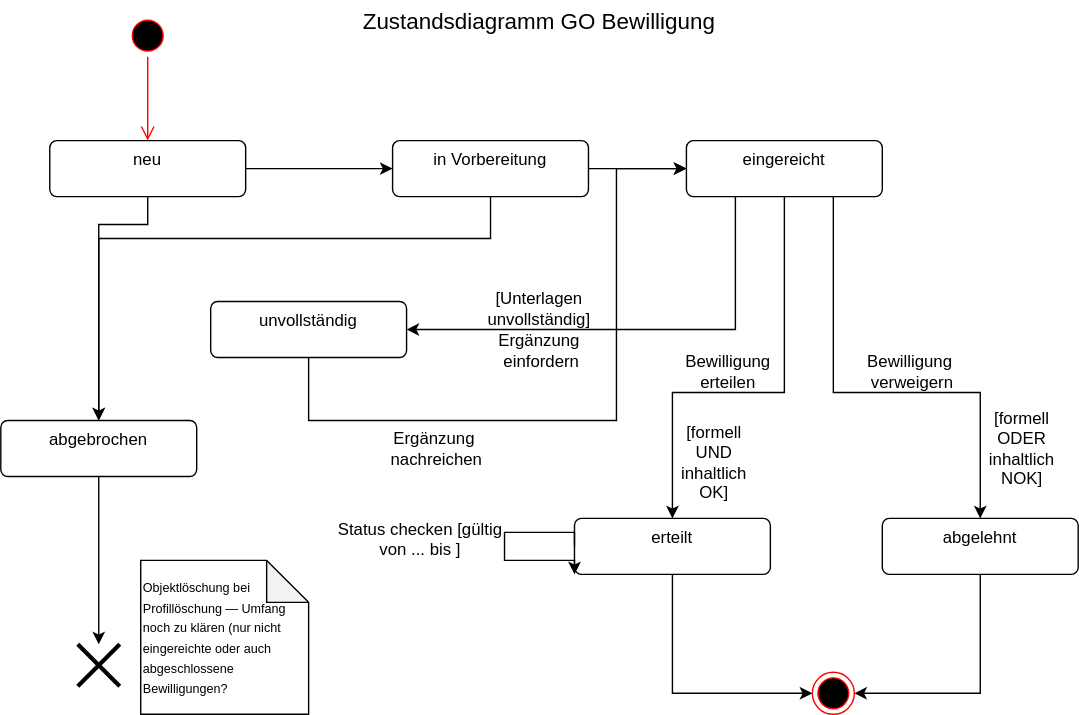
Before: assets/ZustandGOBewilligung.svg, a diagram exported from draw.io (mrwylan/bfh-cas-eam). Source tidied: cells renumbered, new cells last; positions are measured from the earlier drawing's top-left corner, leaving out a move shared by most shapes. The source it was exported from:
```xml
<mxGraphModel>
  <root>
    <mxCell id="0" />
    <mxCell id="1" parent="0" />
    <mxCell id="2" style="ellipse;html=1;shape=endState;fillColor=#000000;strokeColor=#ff0000;" parent="1" vertex="1">
      <mxGeometry x="580" y="480" width="30" height="30" as="geometry" />
    </mxCell>
    <mxCell id="3" style="ellipse;html=1;shape=startState;fillColor=#000000;strokeColor=#ff0000;" parent="1" vertex="1">
      <mxGeometry x="90" y="10" width="30" height="30" as="geometry" />
    </mxCell>
    <mxCell id="4" style="edgeStyle=orthogonalEdgeStyle;html=1;verticalAlign=bottom;endArrow=open;endSize=8;strokeColor=#ff0000;rounded=0;entryX=0.5;entryY=0;entryDx=0;entryDy=0;" parent="1" edge="1" source="3" target="7">
      <mxGeometry relative="1" as="geometry" />
    </mxCell>
    <mxCell id="5" style="edgeStyle=orthogonalEdgeStyle;rounded=0;jettySize=auto;html=1;entryX=0;entryY=0.5;entryDx=0;entryDy=0;" parent="1" edge="1" source="7" target="29">
      <mxGeometry relative="1" as="geometry" />
    </mxCell>
    <mxCell id="6" style="edgeStyle=orthogonalEdgeStyle;rounded=0;jettySize=auto;html=1;entryX=0.5;entryY=0;entryDx=0;entryDy=0;" parent="1" edge="1" source="7" target="32">
      <mxGeometry relative="1" as="geometry">
        <Array as="points">
          <mxPoint x="105" y="160" />
          <mxPoint x="70" y="160" />
        </Array>
      </mxGeometry>
    </mxCell>
    <mxCell id="7" value="neu" style="html=1;align=center;verticalAlign=top;rounded=1;absoluteArcSize=1;arcSize=10;dashed=0;whiteSpace=wrap;" parent="1" vertex="1">
      <mxGeometry x="35" y="100" width="140" height="40" as="geometry" />
    </mxCell>
    <mxCell id="8" style="edgeStyle=orthogonalEdgeStyle;rounded=0;jettySize=auto;html=1;exitX=1;exitY=0.5;exitDx=0;exitDy=0;" parent="1" edge="1" source="29" target="12">
      <mxGeometry relative="1" as="geometry" />
    </mxCell>
    <mxCell id="9" style="edgeStyle=orthogonalEdgeStyle;rounded=0;jettySize=auto;html=1;exitX=0.25;exitY=1;exitDx=0;exitDy=0;entryX=1;entryY=0.5;entryDx=0;entryDy=0;" parent="1" edge="1" source="12" target="27">
      <mxGeometry relative="1" as="geometry">
        <Array as="points">
          <mxPoint x="525" y="235" />
        </Array>
      </mxGeometry>
    </mxCell>
    <mxCell id="10" style="edgeStyle=orthogonalEdgeStyle;rounded=0;jettySize=auto;html=1;entryX=0.5;entryY=0;entryDx=0;entryDy=0;exitX=0.5;exitY=1;exitDx=0;exitDy=0;" parent="1" edge="1" source="12" target="14">
      <mxGeometry relative="1" as="geometry">
        <Array as="points">
          <mxPoint x="560" y="280" />
          <mxPoint x="480" y="280" />
        </Array>
      </mxGeometry>
    </mxCell>
    <mxCell id="11" style="edgeStyle=orthogonalEdgeStyle;rounded=0;jettySize=auto;html=1;entryX=0.5;entryY=0;entryDx=0;entryDy=0;exitX=0.75;exitY=1;exitDx=0;exitDy=0;" parent="1" edge="1" source="12" target="16">
      <mxGeometry relative="1" as="geometry">
        <Array as="points">
          <mxPoint x="595" y="280" />
          <mxPoint x="700" y="280" />
        </Array>
      </mxGeometry>
    </mxCell>
    <mxCell id="12" value="eingereicht" style="html=1;align=center;verticalAlign=top;rounded=1;absoluteArcSize=1;arcSize=10;dashed=0;whiteSpace=wrap;" parent="1" vertex="1">
      <mxGeometry x="490" y="100" width="140" height="40" as="geometry" />
    </mxCell>
    <mxCell id="13" style="edgeStyle=orthogonalEdgeStyle;rounded=0;jettySize=auto;html=1;entryX=0;entryY=0.5;entryDx=0;entryDy=0;exitX=0.5;exitY=1;exitDx=0;exitDy=0;jumpStyle=gap;" parent="1" edge="1" source="14" target="2">
      <mxGeometry relative="1" as="geometry">
        <Array as="points">
          <mxPoint x="480" y="495" />
        </Array>
      </mxGeometry>
    </mxCell>
    <mxCell id="14" value="erteilt" style="html=1;align=center;verticalAlign=top;rounded=1;absoluteArcSize=1;arcSize=10;dashed=0;whiteSpace=wrap;" parent="1" vertex="1">
      <mxGeometry x="410" y="370" width="140" height="40" as="geometry" />
    </mxCell>
    <mxCell id="15" style="edgeStyle=orthogonalEdgeStyle;rounded=0;jettySize=auto;html=1;entryX=1;entryY=0.5;entryDx=0;entryDy=0;exitX=0.5;exitY=1;exitDx=0;exitDy=0;" parent="1" edge="1" source="16" target="2">
      <mxGeometry relative="1" as="geometry">
        <Array as="points">
          <mxPoint x="700" y="495" />
        </Array>
      </mxGeometry>
    </mxCell>
    <mxCell id="16" value="abgelehnt" style="html=1;align=center;verticalAlign=top;rounded=1;absoluteArcSize=1;arcSize=10;dashed=0;whiteSpace=wrap;" parent="1" vertex="1">
      <mxGeometry x="630" y="370" width="140" height="40" as="geometry" />
    </mxCell>
    <mxCell id="17" style="shape=umlDestroy;whiteSpace=wrap;html=1;strokeWidth=3;targetShapes=umlLifeline;" parent="1" vertex="1">
      <mxGeometry x="55" y="460" width="30" height="30" as="geometry" />
    </mxCell>
    <mxCell id="18" style="edgeStyle=orthogonalEdgeStyle;rounded=0;orthogonalLoop=1;jettySize=auto;html=1;entryX=0;entryY=1;entryDx=0;entryDy=0;exitX=0;exitY=0.5;exitDx=0;exitDy=0;" parent="1" edge="1" source="14" target="14">
      <mxGeometry relative="1" as="geometry">
        <Array as="points">
          <mxPoint x="410" y="380" />
          <mxPoint x="360" y="380" />
          <mxPoint x="360" y="400" />
        </Array>
      </mxGeometry>
    </mxCell>
    <mxCell id="19" value="Status checken [gültig von ... bis ]" style="text;html=1;whiteSpace=wrap;strokeColor=none;fillColor=none;align=center;verticalAlign=middle;rounded=0;" parent="1" vertex="1">
      <mxGeometry x="240" y="370" width="120" height="30" as="geometry" />
    </mxCell>
    <mxCell id="20" value="[formell ODER inhaltlich NOK]" style="text;html=1;whiteSpace=wrap;strokeColor=none;fillColor=none;align=center;verticalAlign=middle;rounded=0;" parent="1" vertex="1">
      <mxGeometry x="700" y="290" width="60" height="60" as="geometry" />
    </mxCell>
    <mxCell id="21" value="Zustandsdiagramm GO Bewilligung" style="text;html=1;whiteSpace=wrap;strokeColor=none;fillColor=none;align=center;verticalAlign=middle;rounded=0;fontSize=16;" parent="1" vertex="1">
      <mxGeometry x="225" width="320" height="30" as="geometry" />
    </mxCell>
    <mxCell id="22" value="Ergänzung &amp;nbsp;einfordern" style="text;html=1;whiteSpace=wrap;strokeColor=none;fillColor=none;align=center;verticalAlign=middle;rounded=0;" parent="1" vertex="1">
      <mxGeometry x="355" y="240" width="60" height="20" as="geometry" />
    </mxCell>
    <mxCell id="23" value="Bewilligung &amp;nbsp;verweigern" style="text;html=1;whiteSpace=wrap;strokeColor=none;fillColor=none;align=center;verticalAlign=middle;rounded=0;" parent="1" vertex="1">
      <mxGeometry x="620" y="255" width="60" height="20" as="geometry" />
    </mxCell>
    <mxCell id="24" value="[formell UND inhaltlich OK]" style="text;html=1;whiteSpace=wrap;strokeColor=none;fillColor=none;align=center;verticalAlign=middle;rounded=0;" parent="1" vertex="1">
      <mxGeometry x="480" y="300" width="60" height="60" as="geometry" />
    </mxCell>
    <mxCell id="25" value="Bewilligung erteilen" style="text;html=1;whiteSpace=wrap;strokeColor=none;fillColor=none;align=center;verticalAlign=middle;rounded=0;" parent="1" vertex="1">
      <mxGeometry x="490" y="255" width="60" height="20" as="geometry" />
    </mxCell>
    <mxCell id="26" style="edgeStyle=orthogonalEdgeStyle;rounded=0;jettySize=auto;html=1;exitX=0.5;exitY=1;exitDx=0;exitDy=0;entryX=0;entryY=0.5;entryDx=0;entryDy=0;" parent="1" edge="1" source="27" target="12">
      <mxGeometry relative="1" as="geometry">
        <Array as="points">
          <mxPoint x="220" y="300" />
          <mxPoint x="440" y="300" />
          <mxPoint x="440" y="120" />
        </Array>
      </mxGeometry>
    </mxCell>
    <mxCell id="27" value="unvollständig" style="html=1;align=center;verticalAlign=top;rounded=1;absoluteArcSize=1;arcSize=10;dashed=0;whiteSpace=wrap;" parent="1" vertex="1">
      <mxGeometry x="150" y="215" width="140" height="40" as="geometry" />
    </mxCell>
    <mxCell id="28" style="edgeStyle=orthogonalEdgeStyle;rounded=0;jettySize=auto;html=1;entryX=0.5;entryY=0;entryDx=0;entryDy=0;" parent="1" edge="1" source="29" target="32">
      <mxGeometry relative="1" as="geometry">
        <Array as="points">
          <mxPoint x="350" y="170" />
          <mxPoint x="70" y="170" />
        </Array>
      </mxGeometry>
    </mxCell>
    <mxCell id="29" value="in Vorbereitung" style="html=1;align=center;verticalAlign=top;rounded=1;absoluteArcSize=1;arcSize=10;dashed=0;whiteSpace=wrap;" parent="1" vertex="1">
      <mxGeometry x="280" y="100" width="140" height="40" as="geometry" />
    </mxCell>
    <mxCell id="30" value="Ergänzung &amp;nbsp;nachreichen" style="text;html=1;whiteSpace=wrap;strokeColor=none;fillColor=none;align=center;verticalAlign=middle;rounded=0;" parent="1" vertex="1">
      <mxGeometry x="280" y="310" width="60" height="20" as="geometry" />
    </mxCell>
    <mxCell id="31" value="[Unterlagen unvollständig]" style="text;html=1;whiteSpace=wrap;strokeColor=none;fillColor=none;align=center;verticalAlign=middle;rounded=0;" parent="1" vertex="1">
      <mxGeometry x="340" y="200" width="90" height="40" as="geometry" />
    </mxCell>
    <mxCell id="32" value="abgebrochen" style="html=1;align=center;verticalAlign=top;rounded=1;absoluteArcSize=1;arcSize=10;dashed=0;whiteSpace=wrap;" parent="1" vertex="1">
      <mxGeometry y="300" width="140" height="40" as="geometry" />
    </mxCell>
    <mxCell id="33" style="edgeStyle=orthogonalEdgeStyle;rounded=0;jettySize=auto;html=1;" parent="1" edge="1" source="32" target="17">
      <mxGeometry relative="1" as="geometry" />
    </mxCell>
    <mxCell id="34" value="&lt;span style=&quot;&quot;&gt;&lt;font style=&quot;font-size: 9px;&quot;&gt;Objektlöschung bei Profillöschung — Umfang noch zu klären (nur nicht eingereichte oder auch abgeschlossene Bewilligungen?&lt;/font&gt;&lt;/span&gt;" style="shape=note;whiteSpace=wrap;html=1;backgroundOutline=1;darkOpacity=0.05;align=left;" parent="1" vertex="1">
      <mxGeometry x="100" y="400" width="120" height="110" as="geometry" />
    </mxCell>
  </root>
</mxGraphModel>
```
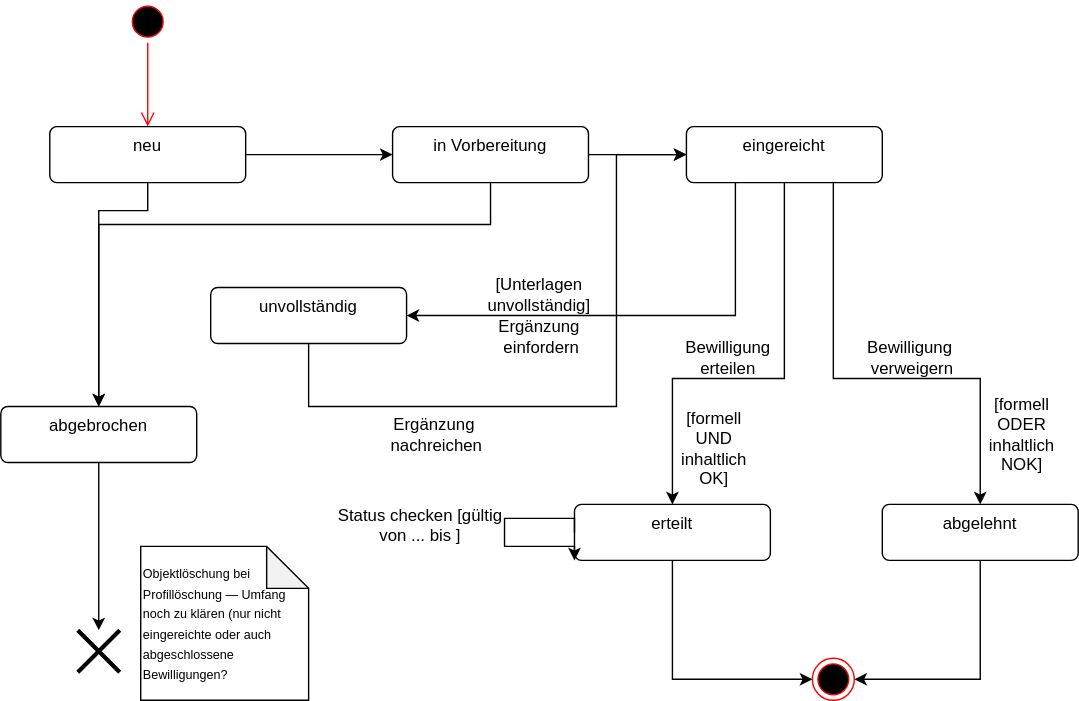
After the change.

The edit, as a diff of the source:
```diff
@@ -92,9 +92,6 @@
     <mxCell id="20" value="[formell ODER inhaltlich NOK]" style="text;html=1;whiteSpace=wrap;strokeColor=none;fillColor=none;align=center;verticalAlign=middle;rounded=0;" parent="1" vertex="1">
       <mxGeometry x="700" y="290" width="60" height="60" as="geometry" />
     </mxCell>
-    <mxCell id="21" value="Zustandsdiagramm GO Bewilligung" style="text;html=1;whiteSpace=wrap;strokeColor=none;fillColor=none;align=center;verticalAlign=middle;rounded=0;fontSize=16;" parent="1" vertex="1">
-      <mxGeometry x="225" width="320" height="30" as="geometry" />
-    </mxCell>
     <mxCell id="22" value="Ergänzung &amp;nbsp;einfordern" style="text;html=1;whiteSpace=wrap;strokeColor=none;fillColor=none;align=center;verticalAlign=middle;rounded=0;" parent="1" vertex="1">
       <mxGeometry x="355" y="240" width="60" height="20" as="geometry" />
     </mxCell>
```
